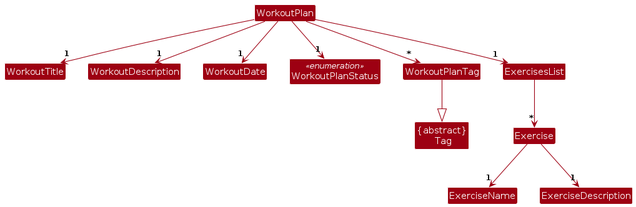
Above: diagrams/WorkoutPlanClassDiagram.png in AY2627S1-CS2103T-T11-4/tp (PlantUML), before the change. Its source is kept beside it as diagrams/WorkoutPlanClassDiagram.puml. Its diagram source:
```plantuml
@startuml
!include style.puml
skinparam arrowThickness 1.1
skinparam arrowColor MODEL_COLOR
skinparam classBackgroundColor MODEL_COLOR

Class WorkoutPlan
Class WorkoutTitle
Class WorkoutDescription
Class WorkoutDate
enum WorkoutPlanStatus <<enumeration>>
Class WorkoutPlanTag
Class "{abstract}\n Tag" as Tag
Class ExercisesList
Class Exercise
Class ExerciseName
Class ExerciseDescription

WorkoutPlan --> "1" WorkoutTitle
WorkoutPlan --> "1" WorkoutDescription
WorkoutPlan --> "1" WorkoutDate
WorkoutPlan --> "1" WorkoutPlanStatus
WorkoutPlan --> "*" WorkoutPlanTag
WorkoutPlan --> "1" ExercisesList

WorkoutPlanTag --|> Tag
ExercisesList --> "*" Exercise
Exercise --> "1" ExerciseName
Exercise --> "1" ExerciseDescription
@enduml
```
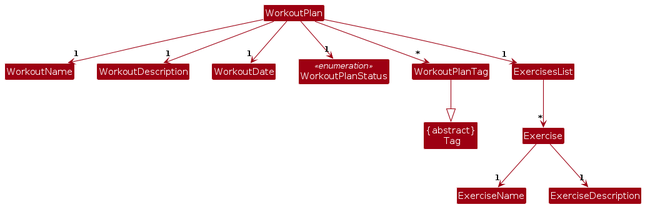
After the change.

The edit, as a diff of the source:
```diff
@@ -5,7 +5,7 @@
 skinparam classBackgroundColor MODEL_COLOR
 
 Class WorkoutPlan
-Class WorkoutTitle
+Class WorkoutName
 Class WorkoutDescription
 Class WorkoutDate
 enum WorkoutPlanStatus <<enumeration>>
@@ -16,7 +16,7 @@
 Class ExerciseName
 Class ExerciseDescription
 
-WorkoutPlan --> "1" WorkoutTitle
+WorkoutPlan --> "1" WorkoutName
 WorkoutPlan --> "1" WorkoutDescription
 WorkoutPlan --> "1" WorkoutDate
 WorkoutPlan --> "1" WorkoutPlanStatus
```
